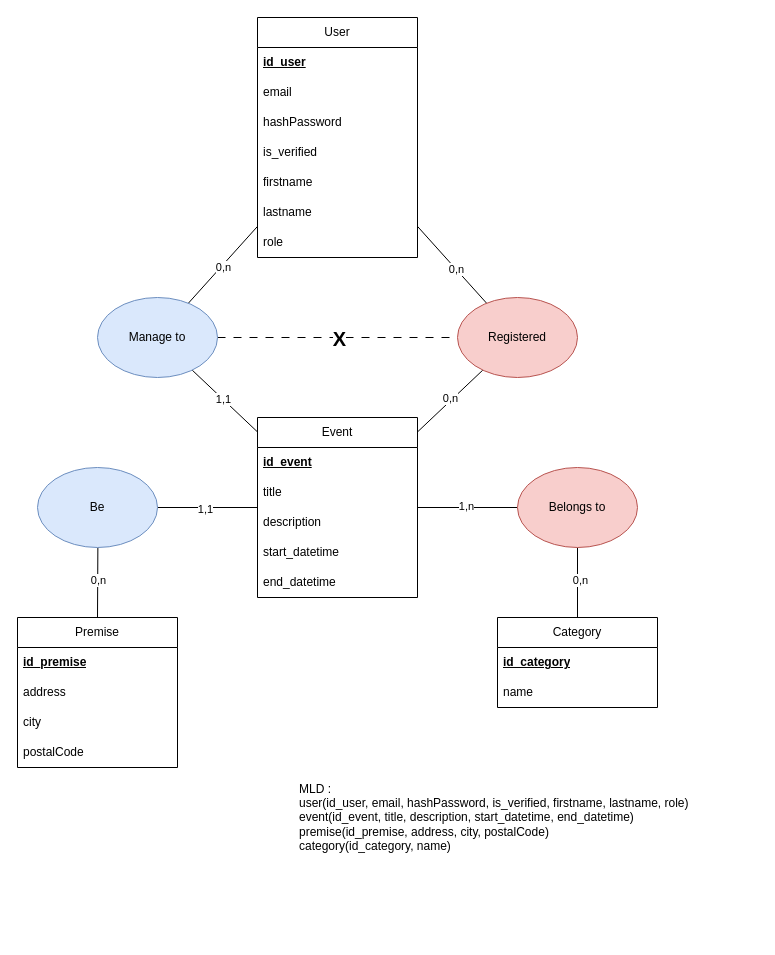
Earlier version of the draw.io diagram Merise/MCD_Projet_Fil_Rouge.drawio (Mzk-Ali/M2I_Projet_Fil_Rouge_Conception). Source tidied: cells renumbered, new cells numbered last; positions are measured from the earlier drawing's top-left corner, leaving out a move shared by most shapes. Both pictures are drawn from the tidied source at 100%, with x=0, y=0 at pixel (17, 17).
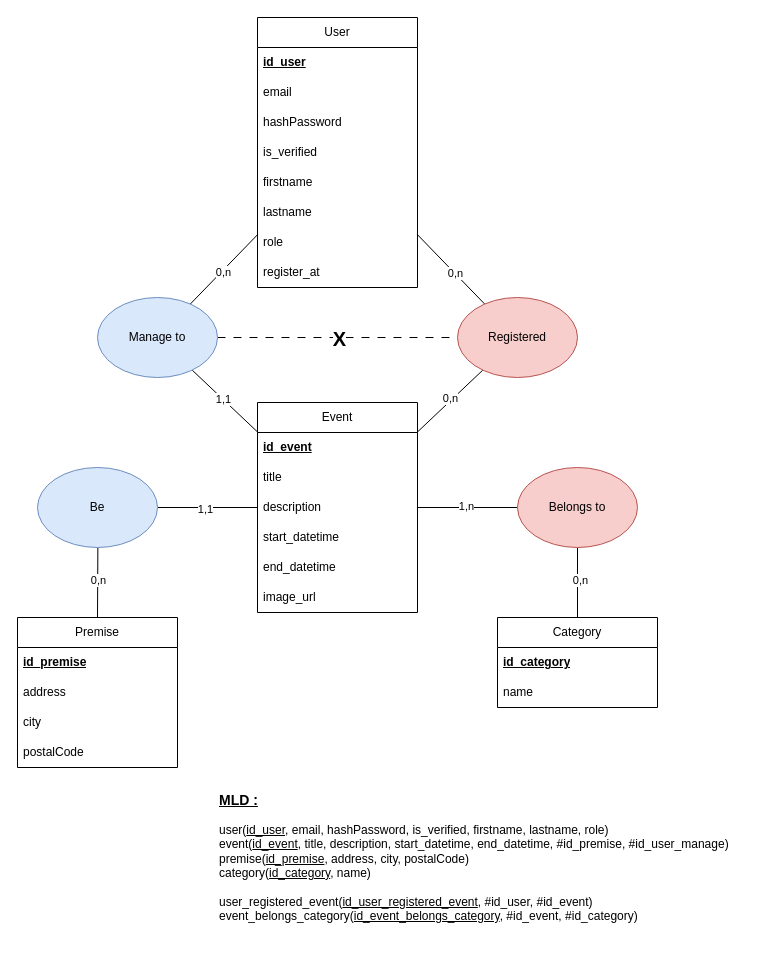
The same page after the edit.

Commit message:
Mettre à jour MCD_Projet_Fil_Rouge.drawio

The edit, as a diff of the source:
```diff
@@
     <mxCell id="2" value="User" style="swimlane;fontStyle=0;horizontal=1;startSize=30;whiteSpace=wrap;html=1;" parent="1" vertex="1">
-      <mxGeometry x="240" width="160" height="240" as="geometry" />
+      <mxGeometry x="240" width="160" height="270" as="geometry" />
     </mxCell>
@@
+    <mxCell id="47" value="register_at" style="text;strokeColor=none;fillColor=none;align=left;verticalAlign=middle;spacingLeft=4;spacingRight=4;overflow=hidden;whiteSpace=wrap;html=1;" parent="2" vertex="1">
+      <mxGeometry y="240" width="160" height="30" as="geometry" />
+    </mxCell>
@@
     <mxCell id="12" value="Event" style="swimlane;fontStyle=0;horizontal=1;startSize=30;whiteSpace=wrap;html=1;" parent="1" vertex="1">
-      <mxGeometry x="240" y="400" width="160" height="180" as="geometry" />
+      <mxGeometry x="240" y="385" width="160" height="210" as="geometry" />
     </mxCell>
@@
+    <mxCell id="48" value="image_url" style="text;strokeColor=none;fillColor=none;align=left;verticalAlign=middle;spacingLeft=4;spacingRight=4;overflow=hidden;whiteSpace=wrap;html=1;" parent="12" vertex="1">
+      <mxGeometry y="180" width="160" height="30" as="geometry" />
+    </mxCell>
@@
-    <mxCell id="46" value="MLD :&lt;div&gt;user(id_user, email, hashPassword, is_verified, firstname, lastname, role)&lt;/div&gt;&lt;div&gt;event(id_event, title, description, start_datetime, end_datetime)&lt;/div&gt;&lt;div&gt;premise(id_premise, address, city, postalCode)&lt;/div&gt;&lt;div&gt;category(id_category, name)&lt;/div&gt;" style="text;html=1;align=left;verticalAlign=middle;whiteSpace=wrap;rounded=0;" parent="1" vertex="1">
-      <mxGeometry x="280" y="720" width="430" height="160" as="geometry" />
+    <mxCell id="46" value="&lt;b&gt;&lt;font style=&quot;font-size: 14px;&quot;&gt;&lt;u&gt;MLD :&lt;/u&gt;&lt;/font&gt;&lt;/b&gt;&lt;div&gt;&lt;br&gt;&lt;div&gt;user(&lt;u&gt;id_user&lt;/u&gt;, email, hashPassword, is_verified, firstname, lastname, role)&lt;/div&gt;&lt;div&gt;event(&lt;u&gt;id_event&lt;/u&gt;, title, description, start_datetime, end_datetime, #id_premise, #id_user_manage)&lt;/div&gt;&lt;div&gt;premise(&lt;u&gt;id_premise&lt;/u&gt;, address, city, postalCode)&lt;/div&gt;&lt;div&gt;category(&lt;u&gt;id_category&lt;/u&gt;, name)&lt;/div&gt;&lt;div&gt;&lt;br&gt;&lt;/div&gt;&lt;div&gt;user_registered_event(&lt;u&gt;id_user_registered_event&lt;/u&gt;, #id_user, #id_event)&lt;/div&gt;&lt;div&gt;&lt;span style=&quot;text-align: center; background-color: transparent; color: light-dark(rgb(0, 0, 0), rgb(255, 255, 255));&quot;&gt;event_belongs_category&lt;/span&gt;(&lt;u&gt;id_event_belongs_category&lt;/u&gt;, #id_event, #id_category)&lt;/div&gt;&lt;/div&gt;" style="text;html=1;align=left;verticalAlign=middle;whiteSpace=wrap;rounded=0;" parent="1" vertex="1">
+      <mxGeometry x="200" y="760" width="540" height="160" as="geometry" />
     </mxCell>
```
